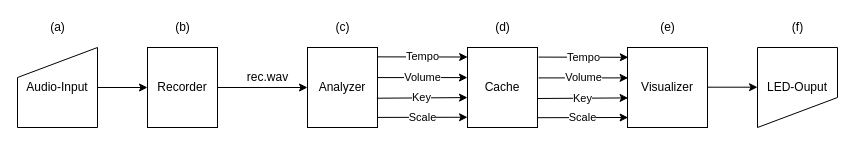
Earlier version of the draw.io diagram graphics/Architektur.drawio (r-grun/music-visualization). Source tidied: cells renumbered, new cells numbered last; positions are measured from the earlier drawing's top-left corner, leaving out a move shared by most shapes. Both pictures are drawn from the tidied source at 100%, with x=0, y=0 at pixel (17, 17).
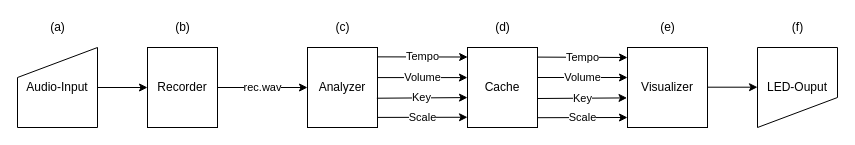
Above is the later version.

Unchanged cells that the change refers to:
```xml
<mxCell id="5" value="Recorder" style="rounded=0;whiteSpace=wrap;html=1;fillColor=none;gradientColor=none;" parent="1" vertex="1">
  <mxGeometry x="130" y="30" width="70" height="80" as="geometry" />
</mxCell>
<mxCell id="7" value="Analyzer" style="rounded=0;whiteSpace=wrap;html=1;fillColor=none;gradientColor=none;" parent="1" vertex="1">
  <mxGeometry x="290" y="30" width="70" height="80" as="geometry" />
</mxCell>
<mxCell id="8" value="Cache" style="rounded=0;whiteSpace=wrap;html=1;fillColor=none;gradientColor=none;" parent="1" vertex="1">
  <mxGeometry x="450" y="30" width="70" height="80" as="geometry" />
</mxCell>
<mxCell id="13" value="Visualizer" style="rounded=0;whiteSpace=wrap;html=1;fillColor=none;gradientColor=none;" parent="1" vertex="1">
  <mxGeometry x="610" y="30" width="80" height="80" as="geometry" />
</mxCell>
```

Diff of the diagram source:
```diff
@@
-    <mxCell id="4" value="rec.wav" style="text;html=1;align=center;verticalAlign=middle;strokeColor=none;fillColor=none;" parent="1" vertex="1">
-      <mxGeometry x="220" y="50" width="60" height="20" as="geometry" />
-    </mxCell>
@@
-    <mxCell id="6" style="endArrow=classic;html=1;rounded=0;exitX=1;exitY=0.5;exitDx=0;exitDy=0;entryX=0;entryY=0.5;entryDx=0;entryDy=0;" parent="1" edge="1" source="5" target="7">
+    <mxCell id="6" value="rec.wav" style="endArrow=classic;html=1;rounded=0;exitX=1;exitY=0.5;exitDx=0;exitDy=0;entryX=0;entryY=0.5;entryDx=0;entryDy=0;" parent="1" edge="1" source="5" target="7">
       <mxGeometry relative="1" as="geometry" />
     </mxCell>
@@
-    <mxCell id="15" value="Volume" style="endArrow=classic;html=1;rounded=0;entryX=-0.001;entryY=0.376;entryDx=0;entryDy=0;exitX=1.007;exitY=0.376;exitDx=0;exitDy=0;exitPerimeter=0;entryPerimeter=0;" parent="1" edge="1">
+    <mxCell id="15" value="Volume" style="endArrow=classic;html=1;rounded=0;exitX=1.003;exitY=0.375;exitDx=0;exitDy=0;exitPerimeter=0;" parent="1" edge="1" source="8">
       <mxGeometry relative="1" as="geometry">
-        <mxPoint x="521.1" y="60.4" as="sourcePoint" />
-        <mxPoint x="610.6" y="60.4" as="targetPoint" />
+        <mxPoint x="610" y="60" as="targetPoint" />
       </mxGeometry>
     </mxCell>
-    <mxCell id="16" value="Tempo" style="endArrow=classic;html=1;rounded=0;entryX=0.002;entryY=0.119;entryDx=0;entryDy=0;exitX=1.007;exitY=0.117;exitDx=0;exitDy=0;exitPerimeter=0;entryPerimeter=0;" parent="1" edge="1">
+    <mxCell id="16" value="Tempo" style="endArrow=classic;html=1;rounded=0;exitX=0.998;exitY=0.12;exitDx=0;exitDy=0;exitPerimeter=0;" parent="1" edge="1" source="8">
       <mxGeometry relative="1" as="geometry">
-        <mxPoint x="521.1" y="39.6" as="sourcePoint" />
-        <mxPoint x="610.8" y="39.8" as="targetPoint" />
+        <mxPoint x="610" y="40" as="targetPoint" />
       </mxGeometry>
     </mxCell>
-    <mxCell id="17" value="Key" style="endArrow=classic;html=1;rounded=0;entryX=0;entryY=0.626;entryDx=0;entryDy=0;entryPerimeter=0;exitX=0.991;exitY=0.634;exitDx=0;exitDy=0;exitPerimeter=0;" parent="1" edge="1">
+    <mxCell id="17" value="Key" style="endArrow=classic;html=1;rounded=0;entryX=-0.006;entryY=0.63;entryDx=0;entryDy=0;entryPerimeter=0;exitX=0.991;exitY=0.634;exitDx=0;exitDy=0;exitPerimeter=0;" parent="1" edge="1" target="13">
       <mxGeometry relative="1" as="geometry">
         <mxPoint x="520" y="81" as="sourcePoint" />
-        <mxPoint x="610.6" y="80.4" as="targetPoint" />
       </mxGeometry>
     </mxCell>
-    <mxCell id="18" value="Scale" style="endArrow=classic;html=1;rounded=0;exitX=0.996;exitY=0.874;exitDx=0;exitDy=0;exitPerimeter=0;entryX=0;entryY=0.872;entryDx=0;entryDy=0;entryPerimeter=0;" parent="1" edge="1">
+    <mxCell id="18" value="Scale" style="endArrow=classic;html=1;rounded=0;exitX=0.996;exitY=0.874;exitDx=0;exitDy=0;exitPerimeter=0;" parent="1" edge="1">
       <mxGeometry relative="1" as="geometry">
         <mxPoint x="520.4" y="100.2" as="sourcePoint" />
-        <mxPoint x="610.6" y="100" as="targetPoint" />
+        <mxPoint x="610" y="100" as="targetPoint" />
       </mxGeometry>
     </mxCell>
```
